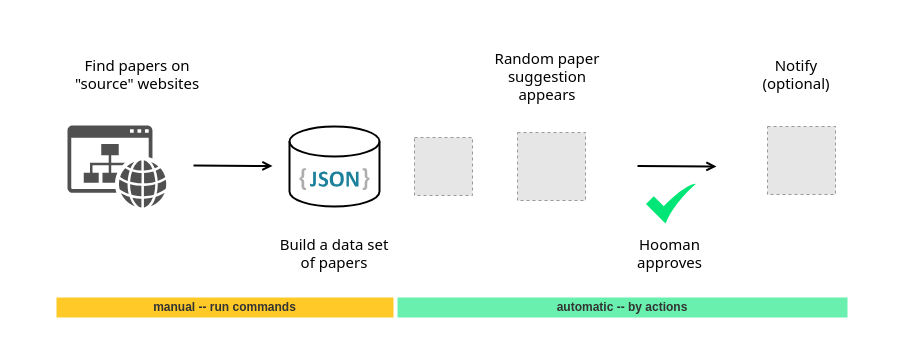
the-au-forml-lab/plgroup keeps this draw.io diagram as .github/assets/workflow.drawio. Above is the earlier version. Source tidied: cells renumbered, new cells numbered last; positions are measured from the earlier drawing's top-left corner, leaving out a move shared by most shapes. Both pictures are drawn from the tidied source at 100%, with x=0, y=0 at pixel (17, 17). Pictures stored in the file or linked from it are replaced by grey dashed boxes.
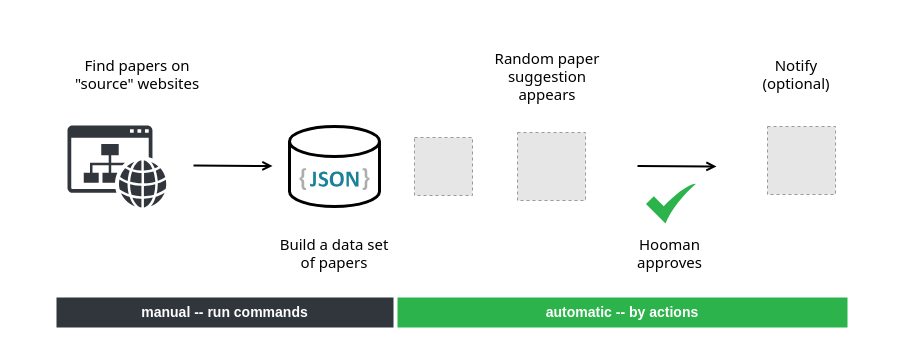
The same diagram, later.

Diff of the diagram source:
```diff
@@
     <mxCell id="2" style="rounded=0;whiteSpace=wrap;html=1;labelBackgroundColor=#FFFFFF;labelBorderColor=default;strokeWidth=2;strokeColor=none;" parent="1" vertex="1">
-      <mxGeometry width="870" height="320" as="geometry" />
+      <mxGeometry width="870" height="330" as="geometry" />
     </mxCell>
@@
-    <mxCell id="6" style="sketch=0;shadow=0;dashed=0;html=1;strokeColor=none;fillColor=#505050;labelPosition=center;verticalLabelPosition=bottom;verticalAlign=top;align=center;shape=mxgraph.office.concepts.website;" parent="1" vertex="1">
+    <mxCell id="6" style="sketch=0;shadow=0;dashed=0;html=1;strokeColor=none;fillColor=#30363C;labelPosition=center;verticalLabelPosition=bottom;verticalAlign=top;align=center;shape=mxgraph.office.concepts.website;" parent="1" vertex="1">
       <mxGeometry x="50" y="107.9" width="99" height="82.2" as="geometry" />
     </mxCell>
@@
-    <mxCell id="11" style="sketch=0;html=1;strokeColor=none;shadow=0;align=center;fillColor=#00E676;verticalAlign=top;labelPosition=center;verticalLabelPosition=bottom;shape=mxgraph.gcp2.check;" parent="1" vertex="1">
+    <mxCell id="11" style="sketch=0;html=1;strokeColor=none;shadow=0;align=center;fillColor=#2DB34B;verticalAlign=top;labelPosition=center;verticalLabelPosition=bottom;shape=mxgraph.gcp2.check;" parent="1" vertex="1">
       <mxGeometry x="628.5" y="166" width="50" height="40" as="geometry" />
     </mxCell>
@@
-    <mxCell id="15" value="manual -- run commands" style="rounded=0;whiteSpace=wrap;html=1;fillColor=#FFCA28;strokeColor=none;fontStyle=1;fontColor=#333;" parent="1" vertex="1">
-      <mxGeometry x="39" y="280" width="337" height="20" as="geometry" />
+    <mxCell id="15" value="manual -- run commands" style="rounded=0;whiteSpace=wrap;html=1;fillColor=#30363c;strokeColor=none;fontStyle=1;fontColor=#FFFFFF;fontSize=14;" parent="1" vertex="1">
+      <mxGeometry x="39" y="280" width="337" height="30" as="geometry" />
     </mxCell>
-    <mxCell id="16" value="automatic -- by actions" style="rounded=0;whiteSpace=wrap;html=1;fillColor=#69F0AE;strokeColor=none;fontColor=#333333;fontStyle=1;" parent="1" vertex="1">
-      <mxGeometry x="380" y="280" width="450" height="20" as="geometry" />
+    <mxCell id="16" value="automatic -- by actions" style="rounded=0;whiteSpace=wrap;html=1;fillColor=#2db34b;strokeColor=none;fontColor=#FFFFFF;fontStyle=1;fontSize=14;" parent="1" vertex="1">
+      <mxGeometry x="380" y="280" width="450" height="30" as="geometry" />
     </mxCell>
-    <mxCell id="17" style="shape=cylinder3;whiteSpace=wrap;html=1;boundedLbl=1;backgroundOutline=1;size=15;strokeWidth=2;" parent="1" vertex="1">
+    <mxCell id="17" style="shape=cylinder3;whiteSpace=wrap;html=1;boundedLbl=1;backgroundOutline=1;size=15;strokeWidth=3;" parent="1" vertex="1">
       <mxGeometry x="272" y="109" width="90" height="80" as="geometry" />
     </mxCell>
```
